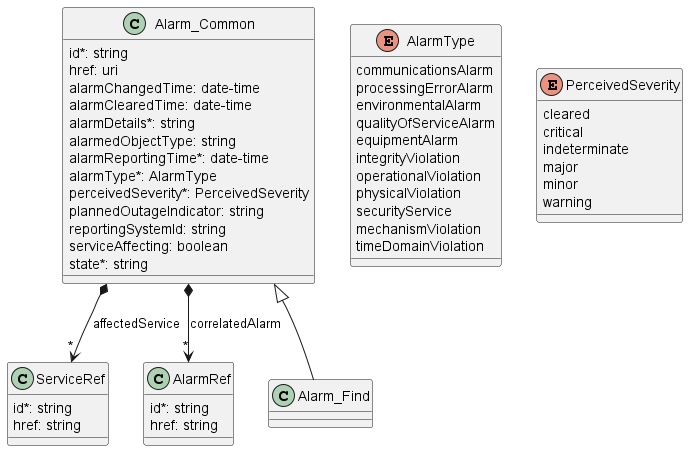
Earlier version of the PlantUML export documentation/serviceApi/alarm/media/useCase51Model.png (MEF-GIT/MEF-LSO-Legato-SDK).
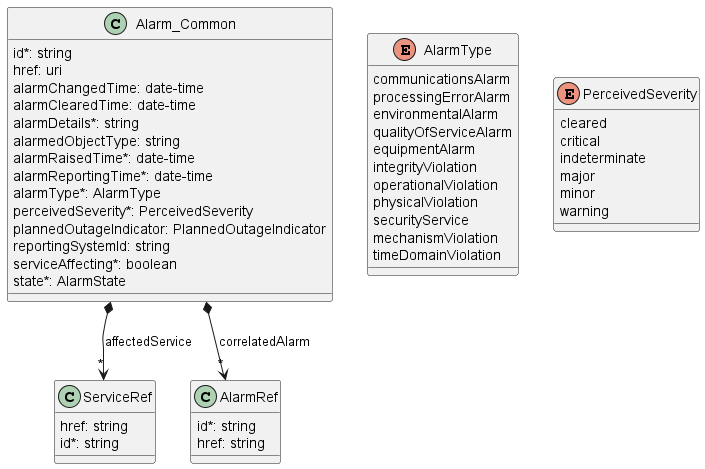
Later version of the same file.

Change to the diagram source:
```diff
@@ -8,27 +8,18 @@
     alarmClearedTime: date-time
     alarmDetails*: string
     alarmedObjectType: string
+    alarmRaisedTime*: date-time
     alarmReportingTime*: date-time
     alarmType*: AlarmType
     perceivedSeverity*: PerceivedSeverity
-    plannedOutageIndicator: string
+    plannedOutageIndicator: PlannedOutageIndicator
     reportingSystemId: string
-    serviceAffecting: boolean
-    state*: string
+    serviceAffecting*: boolean
+    state*: AlarmState
 }
 
 Alarm_Common *-->"*" ServiceRef : affectedService
 Alarm_Common *-->"*" AlarmRef : correlatedAlarm
-
-
-class Alarm_Find {
-
-}
-Alarm_Common <|-- Alarm_Find
-
-
-
-
 
 class AlarmRef {
 
@@ -63,10 +54,11 @@
     minor
     warning
 }
+
 class ServiceRef {
 
+    href: string
     id*: string
-    href: string
 }
 
 
```
